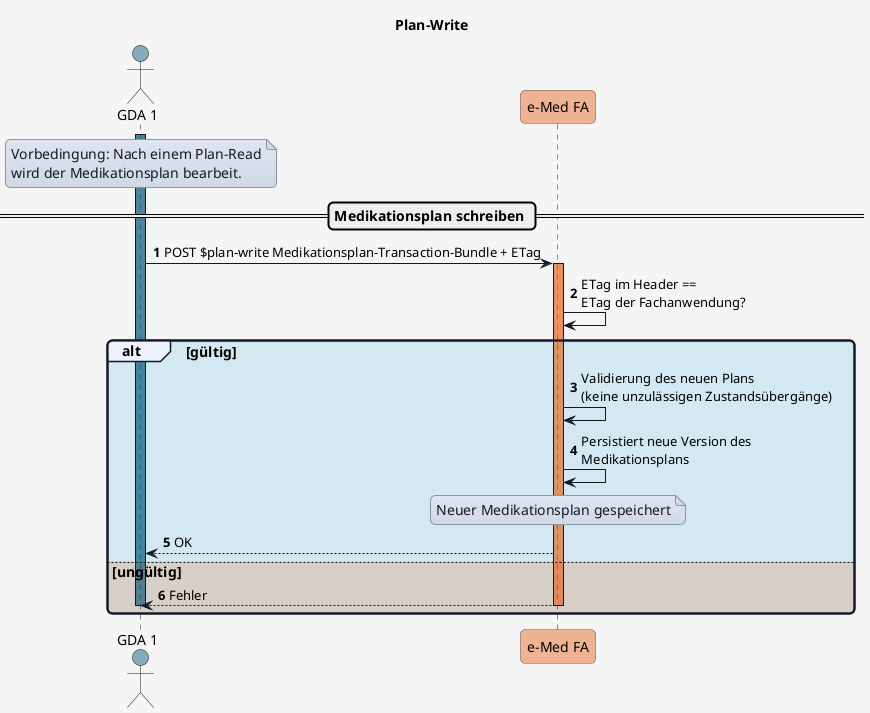
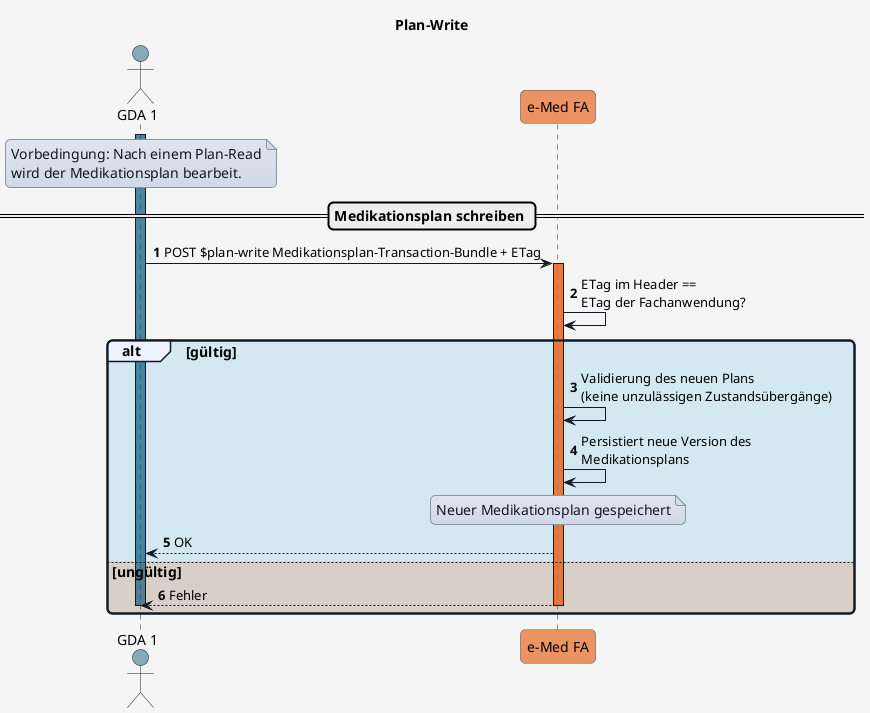
@startuml
title Plan-Write

'skinparam actorStyle awesome

skinparam borderColor #000000
skinparam backgroundColor #f5f5f5
skinparam shadowing false
skinparam roundCorner 10
skinparam defaultFontName "Arial"
skinparam defaultFontSize 14
skinparam defaultFontColor #000000
skinparam HyperlinkColor #0000EE
skinparam HyperlinkUnderline false
skinparam BoxPadding 20
skinparam BoxBorderColor #555555

skinparam note {
  BackgroundColor #e0e5f0-#d1d9e6
  BorderColor #8b95a5
  BorderThickness 1
  RoundCorner 0
  Padding 6
  FontColor #111827
  Shadowing false
}

skinparam sequence {
  ParticipantBorderColor #555555
  ParticipantBackgroundColor #ffffff
  ParticipantFontColor #000000
  ParticipantFontSize 14
  ParticipantPadding 20
  ArrowColor #111827
  ArrowThickness 1
  ArrowFontColor #000000
  ArrowFontSize 13
  GroupBorderColor #111827
  GroupBackgroundColor #eef2ff
  GroupBorderThickness 2
}

!define COLOR_GDA_1    #15608280
!define COLOR_GDA_2    #96607D80
!define COLOR_PATIENT  #196B2480
!define COLOR_APO      #0F9ED590
- !define COLOR_EMED_FA  #E9713280
- !define COLOR_E_REZEPT #C0504D80
+ !define COLOR_EMED_FA  #e97232bd
+ !define COLOR_E_REZEPT #cd3732a9

!define COLOR_OK       #0F9ED525
!define COLOR_ERROR    #E9713235

actor GDA_1 as "GDA 1" COLOR_GDA_1
participant eMed_FA as "e-Med FA" COLOR_EMED_FA


autonumber

activate GDA_1 COLOR_GDA_1

note over GDA_1
Vorbedingung: Nach einem Plan-Read
wird der Medikationsplan bearbeit.
end note

== Medikationsplan schreiben ==

GDA_1 -> eMed_FA: POST $plan-write Medikationsplan-Transaction-Bundle + ETag

activate eMed_FA COLOR_EMED_FA
eMed_FA -> eMed_FA: ETag im Header ==\nETag der Fachanwendung?

alt COLOR_OK gültig
  eMed_FA -> eMed_FA: Validierung des neuen Plans\n(keine unzulässigen Zustandsübergänge)
  eMed_FA -> eMed_FA: Persistiert neue Version des\nMedikationsplans

  note over eMed_FA
  Neuer Medikationsplan gespeichert
  end note

  eMed_FA --> GDA_1: OK

else COLOR_ERROR ungültig

  eMed_FA --> GDA_1: Fehler

  deactivate GDA_1
  deactivate eMed_FA
end


@enduml